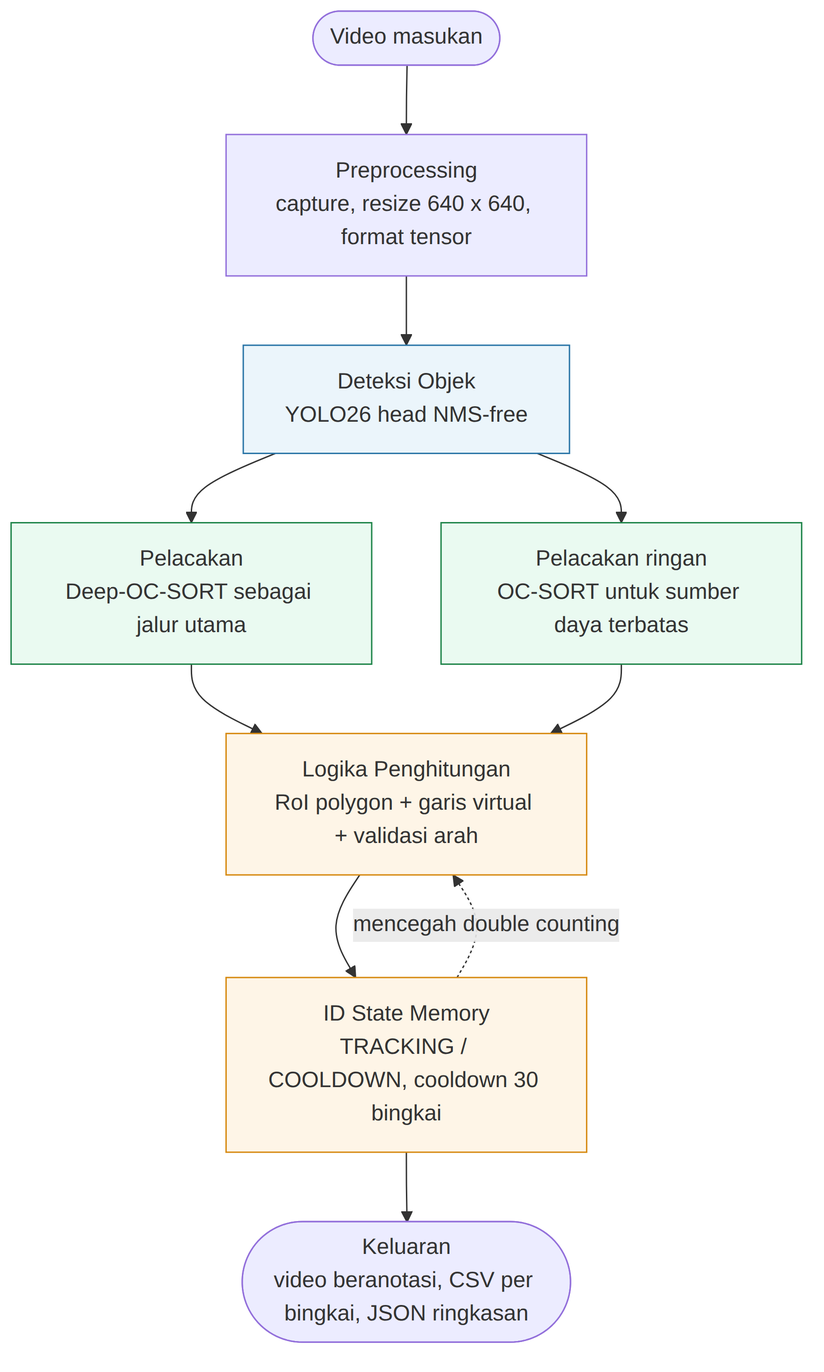
feb027/hibah-riset keeps this Mermaid diagram as docs/hki/diagram-arsitektur-sistem.png. Above is the earlier version. Its source is kept beside it as docs/hki/diagram-arsitektur-sistem.mmd. Source of this version:
```mermaid
flowchart TB
    A0(["Video masukan"])
    A1["Preprocessing<br/>capture, resize 640 x 640, format tensor"]
    A2["Deteksi Objek<br/>YOLO26 head NMS-free"]
    A3["Pelacakan<br/>Deep-OC-SORT sebagai jalur utama"]
    A4["Pelacakan ringan<br/>OC-SORT untuk sumber daya terbatas"]
    A5["Logika Penghitungan<br/>RoI polygon + garis virtual + validasi arah"]
    A6["ID State Memory<br/>TRACKING / COOLDOWN, cooldown 30 bingkai"]
    A7(["Keluaran<br/>video beranotasi, CSV per bingkai, JSON ringkasan"])

    A0 --> A1 --> A2
    A2 --> A3
    A2 --> A4
    A3 --> A5
    A4 --> A5
    A5 --> A6
    A6 -.->|"mencegah double counting"| A5
    A6 --> A7

    style A2 fill:#ebf5fb,stroke:#2874a6
    style A3 fill:#eafaf1,stroke:#1e8449
    style A4 fill:#eafaf1,stroke:#1e8449
    style A5 fill:#fef5e7,stroke:#d68910
    style A6 fill:#fef5e7,stroke:#d68910
```
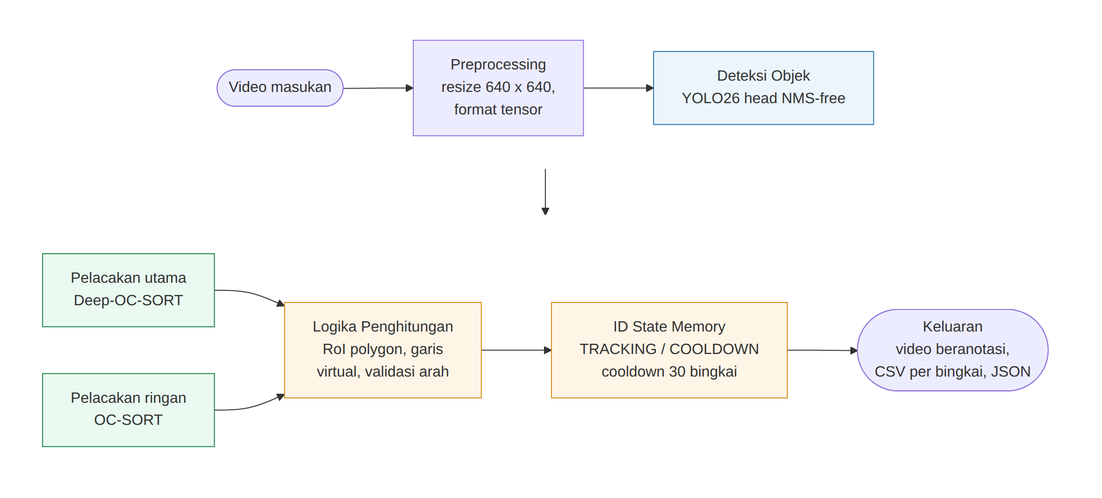
After the change.

Commit message:
docs(hki): diagram landscape + gambar metode tracking dari paper referensi

The edit, as a diff of the source:
```diff
@@ -1,24 +1,22 @@
 flowchart TB
-    A0(["Video masukan"])
-    A1["Preprocessing<br/>capture, resize 640 x 640, format tensor"]
-    A2["Deteksi Objek<br/>YOLO26 head NMS-free"]
-    A3["Pelacakan<br/>Deep-OC-SORT sebagai jalur utama"]
-    A4["Pelacakan ringan<br/>OC-SORT untuk sumber daya terbatas"]
-    A5["Logika Penghitungan<br/>RoI polygon + garis virtual + validasi arah"]
-    A6["ID State Memory<br/>TRACKING / COOLDOWN, cooldown 30 bingkai"]
-    A7(["Keluaran<br/>video beranotasi, CSV per bingkai, JSON ringkasan"])
+    subgraph R1[" "]
+        direction LR
+        A0(["Video masukan"]) --> A1["Preprocessing<br/>resize 640 x 640,<br/>format tensor"] --> A2["Deteksi Objek<br/>YOLO26 head NMS-free"]
+    end
+    subgraph R2[" "]
+        direction LR
+        A3["Pelacakan utama<br/>Deep-OC-SORT"] --> A5["Logika Penghitungan<br/>RoI polygon, garis<br/>virtual, validasi arah"]
+        A4["Pelacakan ringan<br/>OC-SORT"] --> A5
+        A5 --> A6["ID State Memory<br/>TRACKING / COOLDOWN<br/>cooldown 30 bingkai"]
+        A6 --> A7(["Keluaran<br/>video beranotasi,<br/>CSV per bingkai, JSON"])
+    end
+    R1 --> R2
 
-    A0 --> A1 --> A2
-    A2 --> A3
-    A2 --> A4
-    A3 --> A5
-    A4 --> A5
-    A5 --> A6
-    A6 -.->|"mencegah double counting"| A5
-    A6 --> A7
-
-    style A2 fill:#ebf5fb,stroke:#2874a6
-    style A3 fill:#eafaf1,stroke:#1e8449
-    style A4 fill:#eafaf1,stroke:#1e8449
-    style A5 fill:#fef5e7,stroke:#d68910
-    style A6 fill:#fef5e7,stroke:#d68910
+    classDef deteksi fill:#ebf5fb,stroke:#2874a6
+    classDef lacak fill:#eafaf1,stroke:#1e8449
+    classDef hitung fill:#fef5e7,stroke:#d68910
+    class A2 deteksi
+    class A3,A4 lacak
+    class A5,A6 hitung
+    style R1 fill:#ffffff,stroke:#ffffff
+    style R2 fill:#ffffff,stroke:#ffffff
```
